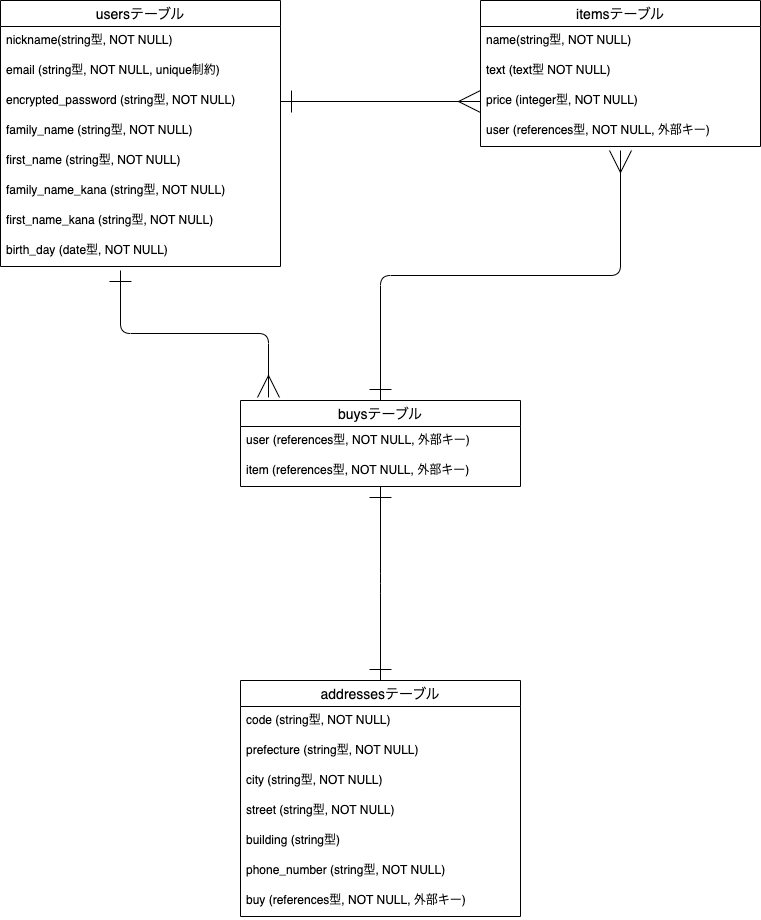
The draw.io diagram furima.png in amamyyyyy/furima-40448, before a commit. Source tidied: cells renumbered, new cells last; positions are measured from the earlier drawing's top-left corner, leaving out a move shared by most shapes.
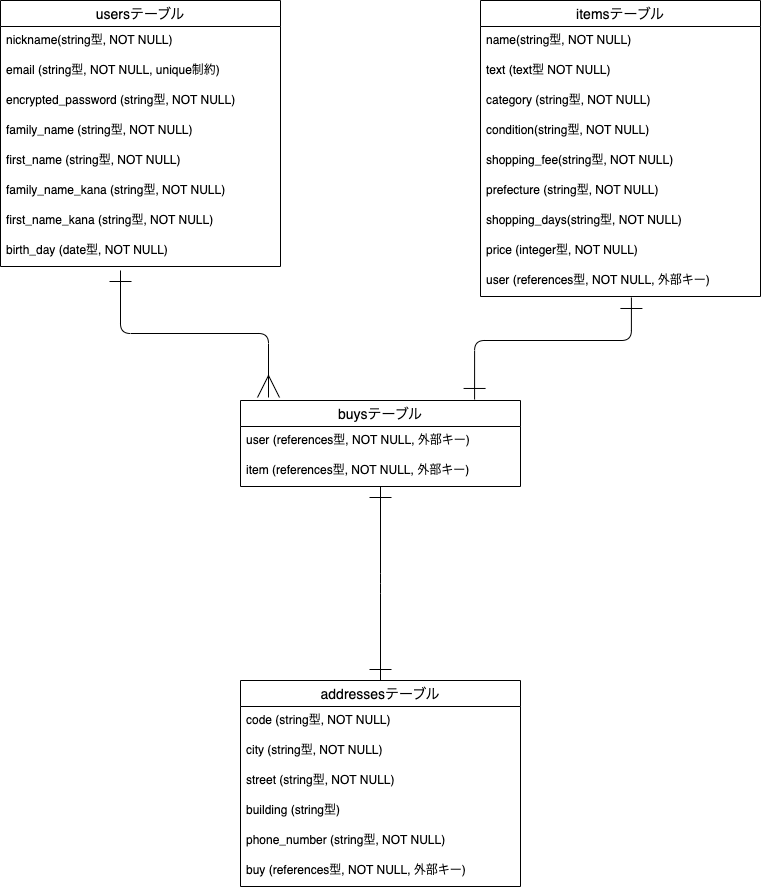
The same diagram one commit later.

Commit message:
pngファイルの置き換え

Diff of the diagram source:
```diff
@@ -30,28 +30,25 @@
       <mxGeometry y="236" width="280" height="30" as="geometry" />
     </mxCell>
     <mxCell id="11" value="addressesテーブル" style="swimlane;fontStyle=0;horizontal=1;startSize=26;align=center;fontSize=14;" parent="1" vertex="1">
-      <mxGeometry x="240" y="680" width="280" height="236" as="geometry" />
+      <mxGeometry x="240" y="680" width="280" height="206" as="geometry" />
     </mxCell>
     <mxCell id="12" value="code (string型, NOT NULL)" style="text;strokeColor=none;fillColor=none;spacingLeft=4;spacingRight=4;overflow=hidden;fontSize=12;" parent="11" vertex="1">
       <mxGeometry y="26" width="280" height="30" as="geometry" />
     </mxCell>
-    <mxCell id="13" value="prefecture (string型, NOT NULL)" style="text;strokeColor=none;fillColor=none;spacingLeft=4;spacingRight=4;overflow=hidden;fontSize=12;" parent="11" vertex="1">
-      <mxGeometry y="56" width="280" height="30" as="geometry" />
-    </mxCell>
     <mxCell id="14" value="city (string型, NOT NULL)" style="text;strokeColor=none;fillColor=none;spacingLeft=4;spacingRight=4;overflow=hidden;fontSize=12;" parent="11" vertex="1">
-      <mxGeometry y="86" width="280" height="30" as="geometry" />
+      <mxGeometry y="56" width="280" height="30" as="geometry" />
     </mxCell>
     <mxCell id="15" value="street (string型, NOT NULL)" style="text;strokeColor=none;fillColor=none;spacingLeft=4;spacingRight=4;overflow=hidden;fontSize=12;" parent="11" vertex="1">
-      <mxGeometry y="116" width="280" height="30" as="geometry" />
+      <mxGeometry y="86" width="280" height="30" as="geometry" />
     </mxCell>
     <mxCell id="16" value="building (string型)" style="text;strokeColor=none;fillColor=none;spacingLeft=4;spacingRight=4;overflow=hidden;fontSize=12;" parent="11" vertex="1">
-      <mxGeometry y="146" width="280" height="30" as="geometry" />
+      <mxGeometry y="116" width="280" height="30" as="geometry" />
     </mxCell>
     <mxCell id="17" value="phone_number (string型, NOT NULL)" style="text;strokeColor=none;fillColor=none;spacingLeft=4;spacingRight=4;overflow=hidden;fontSize=12;" parent="11" vertex="1">
-      <mxGeometry y="176" width="280" height="30" as="geometry" />
+      <mxGeometry y="146" width="280" height="30" as="geometry" />
     </mxCell>
     <mxCell id="18" value="buy (references型, NOT NULL, 外部キー)" style="text;strokeColor=none;fillColor=none;spacingLeft=4;spacingRight=4;overflow=hidden;fontSize=12;" parent="11" vertex="1">
-      <mxGeometry y="206" width="280" height="30" as="geometry" />
+      <mxGeometry y="176" width="280" height="30" as="geometry" />
     </mxCell>
     <mxCell id="19" value="buysテーブル" style="swimlane;fontStyle=0;horizontal=1;startSize=26;align=center;fontSize=14;" parent="1" vertex="1">
       <mxGeometry x="240" y="400" width="280" height="86" as="geometry" />
@@ -63,7 +60,7 @@
       <mxGeometry y="56" width="280" height="30" as="geometry" />
     </mxCell>
     <mxCell id="22" value="itemsテーブル" style="swimlane;fontStyle=0;horizontal=1;startSize=26;align=center;fontSize=14;" parent="1" vertex="1">
-      <mxGeometry x="480" width="280" height="146" as="geometry" />
+      <mxGeometry x="480" width="280" height="296" as="geometry" />
     </mxCell>
     <mxCell id="23" value="name(string型, NOT NULL)" style="text;strokeColor=none;fillColor=none;spacingLeft=4;spacingRight=4;overflow=hidden;fontSize=12;" parent="22" vertex="1">
       <mxGeometry y="26" width="280" height="30" as="geometry" />
@@ -71,27 +68,42 @@
     <mxCell id="24" value="text (text型 NOT NULL)" style="text;strokeColor=none;fillColor=none;spacingLeft=4;spacingRight=4;overflow=hidden;fontSize=12;" parent="22" vertex="1">
       <mxGeometry y="56" width="280" height="30" as="geometry" />
     </mxCell>
+    <mxCell id="31" value="category (string型, NOT NULL)" style="text;strokeColor=none;fillColor=none;spacingLeft=4;spacingRight=4;overflow=hidden;fontSize=12;" parent="22" vertex="1">
+      <mxGeometry y="86" width="280" height="30" as="geometry" />
+    </mxCell>
+    <mxCell id="32" value="condition(string型, NOT NULL)" style="text;strokeColor=none;fillColor=none;spacingLeft=4;spacingRight=4;overflow=hidden;fontSize=12;" parent="22" vertex="1">
+      <mxGeometry y="116" width="280" height="30" as="geometry" />
+    </mxCell>
+    <mxCell id="33" value="shopping_fee(string型, NOT NULL)" style="text;strokeColor=none;fillColor=none;spacingLeft=4;spacingRight=4;overflow=hidden;fontSize=12;" parent="22" vertex="1">
+      <mxGeometry y="146" width="280" height="30" as="geometry" />
+    </mxCell>
+    <mxCell id="13" value="prefecture (string型, NOT NULL)" style="text;strokeColor=none;fillColor=none;spacingLeft=4;spacingRight=4;overflow=hidden;fontSize=12;" parent="22" vertex="1">
+      <mxGeometry y="176" width="280" height="30" as="geometry" />
+    </mxCell>
+    <mxCell id="34" value="shopping_days(string型, NOT NULL)" style="text;strokeColor=none;fillColor=none;spacingLeft=4;spacingRight=4;overflow=hidden;fontSize=12;" parent="22" vertex="1">
+      <mxGeometry y="206" width="280" height="30" as="geometry" />
+    </mxCell>
     <mxCell id="25" value="price (integer型, NOT NULL)" style="text;strokeColor=none;fillColor=none;spacingLeft=4;spacingRight=4;overflow=hidden;points=[[0,0.5],[1,0.5]];portConstraint=eastwest;fontSize=12;" parent="22" vertex="1">
-      <mxGeometry y="86" width="280" height="30" as="geometry" />
+      <mxGeometry y="236" width="280" height="30" as="geometry" />
     </mxCell>
     <mxCell id="26" value="user (references型, NOT NULL, 外部キー)" style="text;strokeColor=none;fillColor=none;spacingLeft=4;spacingRight=4;overflow=hidden;points=[[0,0.5],[1,0.5]];portConstraint=eastwest;fontSize=12;" parent="22" vertex="1">
-      <mxGeometry y="116" width="280" height="30" as="geometry" />
+      <mxGeometry y="266" width="280" height="30" as="geometry" />
     </mxCell>
-    <mxCell id="27" style="edgeStyle=none;html=1;exitX=1;exitY=0.5;exitDx=0;exitDy=0;entryX=0;entryY=0.5;entryDx=0;entryDy=0;endArrow=ERmany;endFill=0;startSize=20;endSize=20;sourcePerimeterSpacing=0;startArrow=ERone;startFill=0;" parent="1" edge="1" source="5" target="25">
-      <mxGeometry relative="1" as="geometry" />
-    </mxCell>
     <mxCell id="28" style="html=1;startArrow=ERone;startFill=0;endArrow=ERmany;endFill=0;endSize=20;targetPerimeterSpacing=0;elbow=vertical;edgeStyle=elbowEdgeStyle;entryX=0.1;entryY=-0.035;entryDx=0;entryDy=0;entryPerimeter=0;startSize=20;" parent="1" edge="1" target="19">
       <mxGeometry relative="1" as="geometry">
         <mxPoint x="120" y="270" as="sourcePoint" />
       </mxGeometry>
     </mxCell>
-    <mxCell id="29" style="edgeStyle=elbowEdgeStyle;elbow=vertical;html=1;startArrow=ERmany;startFill=0;endArrow=ERone;endFill=0;startSize=20;endSize=20;targetPerimeterSpacing=0;sourcePerimeterSpacing=0;" parent="1" edge="1" target="19">
-      <mxGeometry relative="1" as="geometry">
-        <mxPoint x="620" y="150" as="sourcePoint" />
-      </mxGeometry>
-    </mxCell>
     <mxCell id="30" style="edgeStyle=elbowEdgeStyle;elbow=vertical;html=1;entryX=0.5;entryY=0;entryDx=0;entryDy=0;startArrow=ERone;startFill=0;endArrow=ERone;endFill=0;startSize=20;endSize=20;sourcePerimeterSpacing=0;targetPerimeterSpacing=0;" parent="1" edge="1" source="21" target="11">
       <mxGeometry relative="1" as="geometry" />
     </mxCell>
+    <mxCell id="35" style="edgeStyle=orthogonalEdgeStyle;html=1;exitX=0.539;exitY=1.033;exitDx=0;exitDy=0;entryX=0.836;entryY=-0.012;entryDx=0;entryDy=0;entryPerimeter=0;startArrow=ERone;startFill=0;endArrow=ERone;endFill=0;startSize=20;endSize=20;exitPerimeter=0;" parent="1" edge="1" source="26" target="19">
+      <mxGeometry relative="1" as="geometry">
+        <Array as="points">
+          <mxPoint x="631" y="340" />
+          <mxPoint x="474" y="340" />
+        </Array>
+      </mxGeometry>
+    </mxCell>
   </root>
 </mxGraphModel>
```
